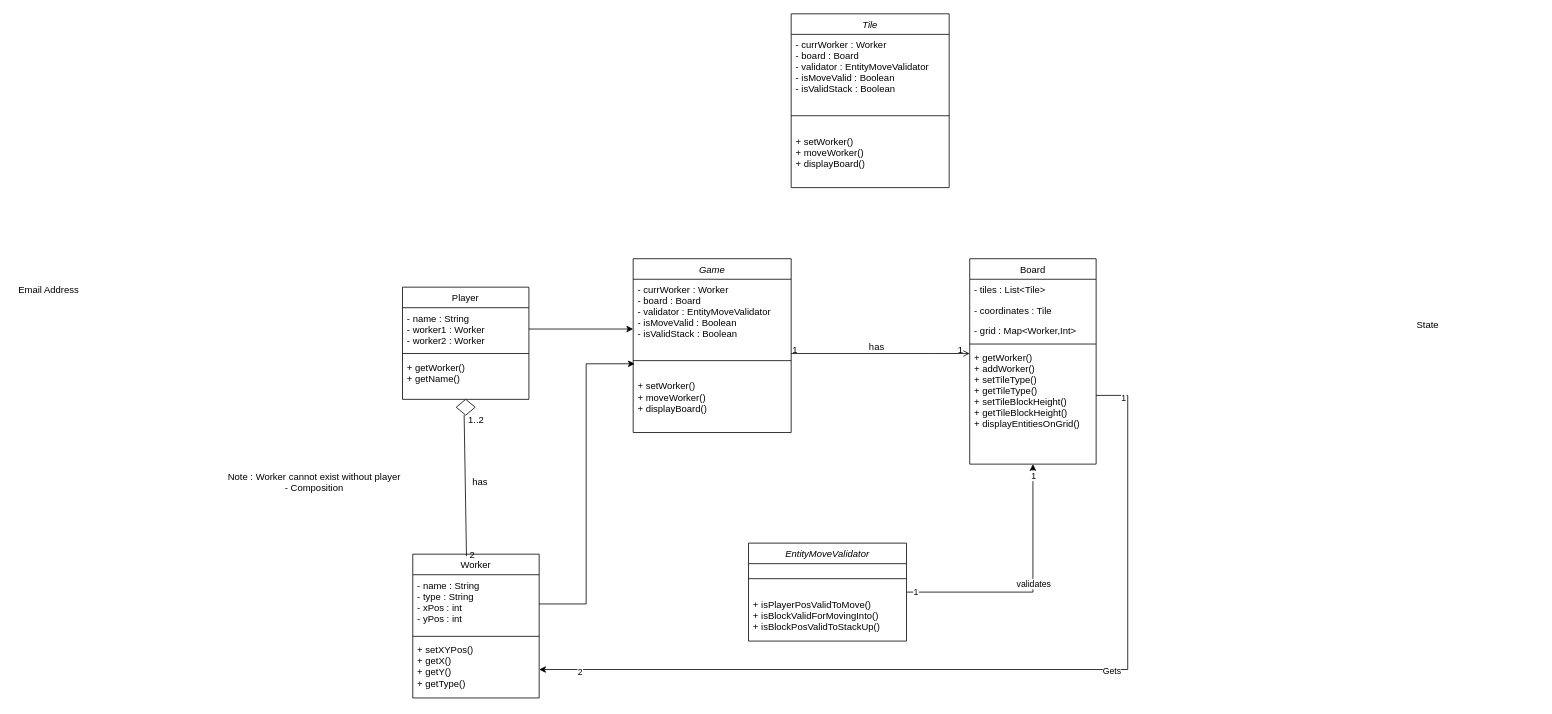
The draw.io diagram DIAGRAMS 2/Untitled Diagram.drawio in rajathmCMU/f23-lab04, before the edit. Source tidied: cells renumbered, new cells numbered last; positions are measured from the earlier drawing's top-left corner, leaving out a move shared by most shapes. Both pictures are drawn from the tidied source at 79%, with x=0, y=0 at pixel (13, 13).
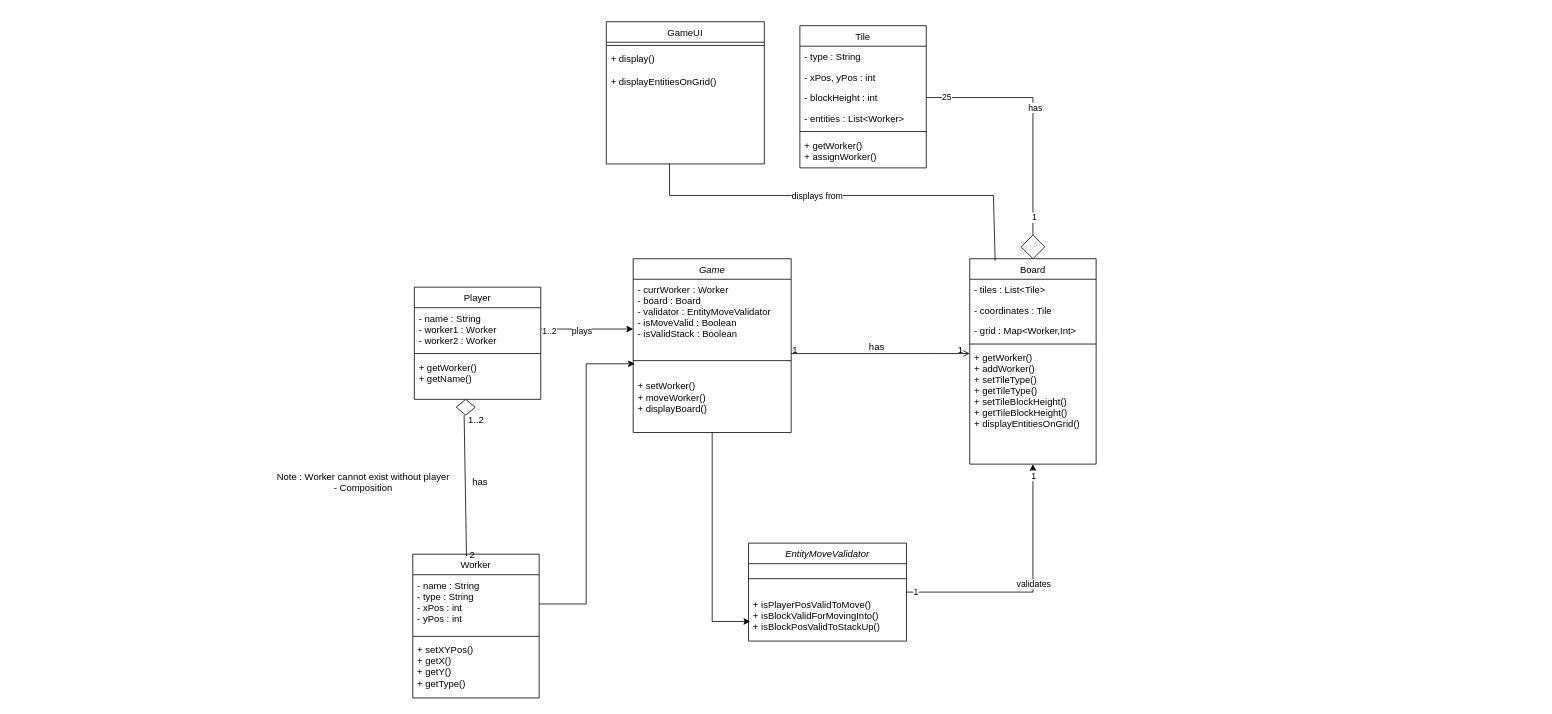
The same page after the edit.

The change refers to these unchanged cells:
```xml
<mxCell id="2" value="Game" style="swimlane;fontStyle=2;align=center;verticalAlign=top;horizontal=1;startSize=26;rounded=0;shadow=0;strokeWidth=1;" parent="1" vertex="1">
  <mxGeometry x="784" y="310" width="200" height="220" as="geometry" />
</mxCell>
<mxCell id="13" value="+ setXYPos()&#10;+ getX()&#10;+ getY()&#10;+ getType()&#10;" style="text;align=left;verticalAlign=top;spacingLeft=4;spacingRight=4;overflow=hidden;points=[[0,0.5],[1,0.5]];portConstraint=eastwest;" parent="10" vertex="1">
  <mxGeometry y="108" width="160" height="74" as="geometry" />
</mxCell>
<mxCell id="14" value="Board" style="swimlane;fontStyle=0;align=center;verticalAlign=top;horizontal=1;startSize=26;rounded=0;shadow=0;strokeWidth=1;" parent="1" vertex="1">
  <mxGeometry x="1210" y="310" width="160" height="260" as="geometry" />
</mxCell>
<mxCell id="19" value="+ getWorker()&#10;+ addWorker()&#10;+ setTileType()&#10;+ getTileType()&#10;+ setTileBlockHeight()&#10;+ getTileBlockHeight()&#10;+ displayEntitiesOnGrid()&#10;&#10;&#10;&#10;&#10;" style="text;align=left;verticalAlign=top;spacingLeft=4;spacingRight=4;overflow=hidden;points=[[0,0.5],[1,0.5]];portConstraint=eastwest;" parent="14" vertex="1">
  <mxGeometry y="112" width="160" height="122" as="geometry" />
</mxCell>
<mxCell id="33" style="edgeStyle=orthogonalEdgeStyle;rounded=0;jettySize=auto;html=1;entryX=0;entryY=0.75;entryDx=0;entryDy=0;entryPerimeter=0;" parent="1" edge="1" source="7" target="3">
  <mxGeometry relative="1" as="geometry" />
</mxCell>
<mxCell id="40" value="+ isPlayerPosValidToMove() &#10;+ isBlockValidForMovingInto()&#10;+ isBlockPosValidToStackUp()&#10;&#10;" style="text;align=left;verticalAlign=top;spacingLeft=4;spacingRight=4;overflow=hidden;points=[[0,0.5],[1,0.5]];portConstraint=eastwest;rounded=0;shadow=0;html=0;" parent="38" vertex="1">
  <mxGeometry y="64" width="200" height="54" as="geometry" />
</mxCell>
```

Change to the diagram source:
```diff
@@
     <mxCell id="6" value="Player" style="swimlane;fontStyle=0;align=center;verticalAlign=top;horizontal=1;startSize=26;rounded=0;shadow=0;strokeWidth=1;" parent="1" vertex="1">
-      <mxGeometry x="492" y="346" width="160" height="142" as="geometry" />
+      <mxGeometry x="507" y="346" width="160" height="142" as="geometry" />
     </mxCell>
@@
-    <mxCell id="24" value="State" style="text;align=left;verticalAlign=top;spacingLeft=4;spacingRight=4;overflow=hidden;rounded=0;shadow=0;html=0;" parent="1" vertex="1">
-      <mxGeometry x="1770" y="380" width="160" height="26" as="geometry" />
-    </mxCell>
-    <mxCell id="25" value="Email Address" style="text;align=left;verticalAlign=top;spacingLeft=4;spacingRight=4;overflow=hidden;rounded=0;shadow=0;html=0;" parent="1" vertex="1">
-      <mxGeometry y="336" width="160" height="26" as="geometry" />
-    </mxCell>
@@
     <mxCell id="31" value="&lt;div&gt;Note : Worker cannot exist without player&lt;/div&gt;&lt;div&gt;- Composition&lt;/div&gt;" style="text;html=1;align=center;verticalAlign=middle;strokeColor=none;fillColor=none;" parent="1" vertex="1">
-      <mxGeometry x="260" y="573" width="240" height="40" as="geometry" />
+      <mxGeometry x="322" y="573" width="240" height="40" as="geometry" />
     </mxCell>
@@
+    <mxCell id="49" value="plays" style="edgeLabel;html=1;align=center;verticalAlign=middle;" parent="33" vertex="1">
+      <mxGeometry x="-0.13" y="-2" relative="1" as="geometry" />
+    </mxCell>
+    <mxCell id="50" value="1..2" style="edgeLabel;html=1;align=center;verticalAlign=middle;" parent="33" vertex="1">
+      <mxGeometry x="-0.83" y="-2" relative="1" as="geometry" />
+    </mxCell>
@@
-    <mxCell id="41" style="edgeStyle=orthogonalEdgeStyle;rounded=0;jettySize=auto;html=1;" parent="1" edge="1" source="19" target="13">
-      <mxGeometry relative="1" as="geometry">
-        <Array as="points">
-          <mxPoint x="1410" y="483" />
-          <mxPoint x="1410" y="830" />
-        </Array>
-      </mxGeometry>
-    </mxCell>
+    <mxCell id="45" value="Tile" style="swimlane;fontStyle=0;align=center;verticalAlign=top;horizontal=1;startSize=26;rounded=0;shadow=0;strokeWidth=1;" parent="1" vertex="1">
+      <mxGeometry x="995" y="15" width="160" height="180" as="geometry" />
+    </mxCell>
+    <mxCell id="51" value="- type : String" style="text;align=left;verticalAlign=top;spacingLeft=4;spacingRight=4;overflow=hidden;" parent="45" vertex="1">
+      <mxGeometry y="26" width="160" height="26" as="geometry" />
+    </mxCell>
+    <mxCell id="52" value="- xPos, yPos : int" style="text;align=left;verticalAlign=top;spacingLeft=4;spacingRight=4;overflow=hidden;rounded=0;shadow=0;html=0;" parent="45" vertex="1">
+      <mxGeometry y="52" width="160" height="26" as="geometry" />
+    </mxCell>
+    <mxCell id="53" value="- blockHeight : int" style="text;align=left;verticalAlign=top;spacingLeft=4;spacingRight=4;overflow=hidden;points=[[0,0.5],[1,0.5]];portConstraint=eastwest;rounded=0;shadow=0;html=0;" parent="45" vertex="1">
+      <mxGeometry y="78" width="160" height="26" as="geometry" />
+    </mxCell>
+    <mxCell id="54" value="- entities : List&lt;Worker&gt;" style="text;align=left;verticalAlign=top;spacingLeft=4;spacingRight=4;overflow=hidden;rounded=0;shadow=0;html=0;" parent="45" vertex="1">
+      <mxGeometry y="104" width="160" height="26" as="geometry" />
+    </mxCell>
+    <mxCell id="55" style="line;html=1;strokeWidth=1;align=left;verticalAlign=middle;spacingTop=-1;spacingLeft=3;spacingRight=3;labelPosition=right;" parent="45" vertex="1">
+      <mxGeometry y="130" width="160" height="8" as="geometry" />
+    </mxCell>
+    <mxCell id="56" value="+ getWorker()&#10;+ assignWorker()&#10;&#10;&#10;&#10;&#10;" style="text;align=left;verticalAlign=top;spacingLeft=4;spacingRight=4;overflow=hidden;" parent="45" vertex="1">
+      <mxGeometry y="138" width="160" height="42" as="geometry" />
+    </mxCell>
+    <mxCell id="57" style="rhombus;whiteSpace=wrap;html=1;" parent="1" vertex="1">
+      <mxGeometry x="1275" y="280" width="30" height="30" as="geometry" />
+    </mxCell>
+    <mxCell id="58" style="endArrow=none;html=1;rounded=0;entryX=1;entryY=0.5;entryDx=0;entryDy=0;" parent="1" edge="1" target="53">
+      <mxGeometry relative="1" as="geometry">
+        <mxPoint x="1290" y="280" as="sourcePoint" />
+        <Array as="points">
+          <mxPoint x="1290" y="106" />
+        </Array>
+      </mxGeometry>
+    </mxCell>
+    <mxCell id="59" value="25" style="edgeLabel;html=1;align=center;verticalAlign=middle;" parent="58" vertex="1">
+      <mxGeometry x="0.84" y="-1" relative="1" as="geometry" />
+    </mxCell>
-    <mxCell id="42" value="1" style="edgeLabel;html=1;align=center;verticalAlign=middle;" parent="41" vertex="1">
-      <mxGeometry x="-0.94" y="-2" relative="1" as="geometry" />
+    <mxCell id="42" value="1" style="edgeLabel;html=1;align=center;verticalAlign=middle;" parent="58" vertex="1">
+      <mxGeometry x="-0.85" y="-1" relative="1" as="geometry" />
     </mxCell>
-    <mxCell id="43" value="Gets" style="edgeLabel;html=1;align=center;verticalAlign=middle;" parent="41" vertex="1">
-      <mxGeometry x="-0.28" y="1" relative="1" as="geometry" />
-    </mxCell>
-    <mxCell id="44" value="2" style="edgeLabel;html=1;align=center;verticalAlign=middle;" parent="41" vertex="1">
-      <mxGeometry x="0.91" y="3" relative="1" as="geometry" />
-    </mxCell>
-    <mxCell id="45" value="Tile" style="swimlane;fontStyle=2;align=center;verticalAlign=top;horizontal=1;startSize=26;rounded=0;shadow=0;strokeWidth=1;" parent="1" vertex="1">
-      <mxGeometry x="984" width="200" height="220" as="geometry" />
-    </mxCell>
-    <mxCell id="46" value="- currWorker : Worker&#10;- board : Board&#10;- validator : EntityMoveValidator&#10;- isMoveValid : Boolean&#10;- isValidStack : Boolean&#10;" style="text;align=left;verticalAlign=top;spacingLeft=4;spacingRight=4;overflow=hidden;rounded=0;shadow=0;html=0;" parent="45" vertex="1">
-      <mxGeometry y="26" width="200" height="84" as="geometry" />
-    </mxCell>
-    <mxCell id="47" style="line;html=1;strokeWidth=1;align=left;verticalAlign=middle;spacingTop=-1;spacingLeft=3;spacingRight=3;labelPosition=right;" parent="45" vertex="1">
-      <mxGeometry y="110" width="200" height="38" as="geometry" />
-    </mxCell>
-    <mxCell id="48" value="+ setWorker()&#10;+ moveWorker()&#10;+ displayBoard()" style="text;align=left;verticalAlign=top;spacingLeft=4;spacingRight=4;overflow=hidden;rounded=0;shadow=0;html=0;" parent="45" vertex="1">
-      <mxGeometry y="148" width="200" height="54" as="geometry" />
-    </mxCell>
+    <mxCell id="60" value="has" style="edgeLabel;html=1;align=center;verticalAlign=middle;" parent="58" vertex="1">
+      <mxGeometry x="0.05" y="-2" relative="1" as="geometry" />
+    </mxCell>
+    <mxCell id="61" value="GameUI" style="swimlane;fontStyle=0;align=center;verticalAlign=top;horizontal=1;startSize=26;rounded=0;shadow=0;strokeWidth=1;" parent="1" vertex="1">
+      <mxGeometry x="750" y="10" width="200" height="180" as="geometry" />
+    </mxCell>
+    <mxCell id="62" style="line;html=1;strokeWidth=1;align=left;verticalAlign=middle;spacingTop=-1;spacingLeft=3;spacingRight=3;labelPosition=right;" parent="61" vertex="1">
+      <mxGeometry y="26" width="200" height="8" as="geometry" />
+    </mxCell>
+    <mxCell id="63" value="+ display()&#10;&#10;+ displayEntitiesOnGrid()" style="text;align=left;verticalAlign=top;spacingLeft=4;spacingRight=4;overflow=hidden;" parent="61" vertex="1">
+      <mxGeometry y="34" width="200" height="76" as="geometry" />
+    </mxCell>
+    <mxCell id="64" style="endArrow=none;html=1;rounded=0;exitX=0.201;exitY=0.01;exitDx=0;exitDy=0;exitPerimeter=0;" parent="1" edge="1" source="14">
+      <mxGeometry relative="1" as="geometry">
+        <mxPoint x="830" y="190" as="targetPoint" />
+        <Array as="points">
+          <mxPoint x="1240" y="230" />
+          <mxPoint x="830" y="230" />
+        </Array>
+      </mxGeometry>
+    </mxCell>
+    <mxCell id="65" value="displays from" style="edgeLabel;html=1;align=center;verticalAlign=middle;" parent="64" vertex="1">
+      <mxGeometry x="0.15" relative="1" as="geometry" />
+    </mxCell>
+    <mxCell id="66" style="edgeStyle=orthogonalEdgeStyle;rounded=0;jettySize=auto;html=1;exitX=0.5;exitY=1;exitDx=0;exitDy=0;entryX=0.011;entryY=0.651;entryDx=0;entryDy=0;entryPerimeter=0;" parent="1" edge="1" source="2" target="40">
+      <mxGeometry relative="1" as="geometry" />
+    </mxCell>
```
